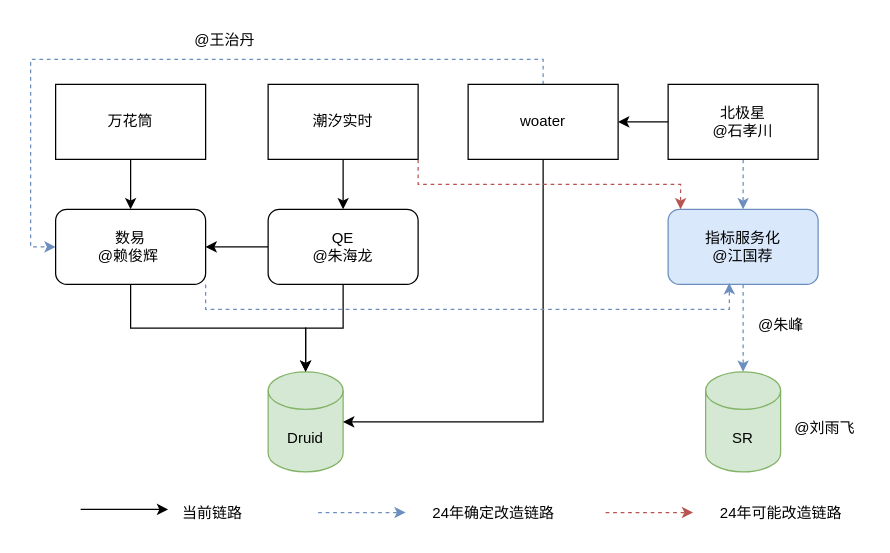
labud/pictures keeps this draw.io diagram as Didi-wdata-sr.drawio. Above is the earlier version. Source tidied: cells renumbered, new cells numbered last; positions are measured from the earlier drawing's top-left corner, leaving out a move shared by most shapes. Both pictures are drawn from the tidied source at 125%, with x=0, y=0 at pixel (55, 21).
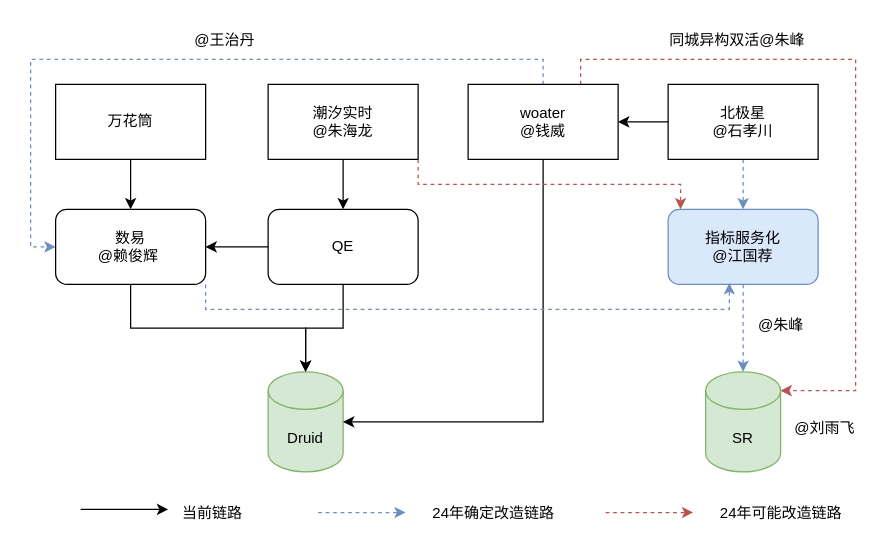
After the change.

Unchanged cells that the change refers to:
```xml
<mxCell id="18" value="SR" style="shape=cylinder3;whiteSpace=wrap;html=1;boundedLbl=1;backgroundOutline=1;size=15;fillColor=#d5e8d4;strokeColor=#82b366;" parent="1" vertex="1">
  <mxGeometry x="520" y="280" width="60" height="80" as="geometry" />
</mxCell>
```

Change to the diagram source:
```diff
@@
-    <mxCell id="5" value="潮汐实时" style="rounded=0;whiteSpace=wrap;html=1;" parent="1" vertex="1">
+    <mxCell id="5" value="潮汐实时&lt;br&gt;@朱海龙" style="rounded=0;whiteSpace=wrap;html=1;" parent="1" vertex="1">
       <mxGeometry x="170" y="50" width="120" height="60" as="geometry" />
     </mxCell>
@@
+    <mxCell id="32" style="edgeStyle=orthogonalEdgeStyle;rounded=0;jettySize=auto;html=1;exitX=0.75;exitY=0;exitDx=0;exitDy=0;dashed=1;elbow=vertical;entryX=1;entryY=0;entryDx=0;entryDy=15;entryPerimeter=0;fillColor=#f8cecc;strokeColor=#b85450;" parent="1" edge="1" source="7" target="18">
+      <mxGeometry relative="1" as="geometry">
+        <Array as="points">
+          <mxPoint x="420" y="30" />
+          <mxPoint x="640" y="30" />
+          <mxPoint x="640" y="295" />
+        </Array>
+      </mxGeometry>
+    </mxCell>
-    <mxCell id="7" value="woater" style="rounded=0;whiteSpace=wrap;html=1;" parent="1" vertex="1">
+    <mxCell id="7" value="woater&lt;br&gt;@钱威" style="rounded=0;whiteSpace=wrap;html=1;" parent="1" vertex="1">
       <mxGeometry x="330" y="50" width="120" height="60" as="geometry" />
     </mxCell>
@@
-    <mxCell id="15" value="QE&lt;br&gt;@朱海龙" style="rounded=1;whiteSpace=wrap;html=1;" parent="1" vertex="1">
+    <mxCell id="15" value="QE&lt;br&gt;" style="rounded=1;whiteSpace=wrap;html=1;" parent="1" vertex="1">
       <mxGeometry x="170" y="150" width="120" height="60" as="geometry" />
     </mxCell>
@@
+    <mxCell id="33" value="同城异构双活@朱峰" style="text;html=1;align=center;verticalAlign=middle;strokeColor=none;fillColor=none;" parent="1" vertex="1">
+      <mxGeometry x="480" width="130" height="30" as="geometry" />
+    </mxCell>
```
